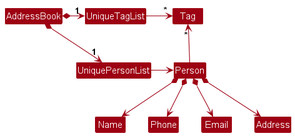
Before: docs/images/BetterModelClassDiagram.png, a diagram exported from PlantUML (nus-cs2103-AY2425S1/tp).
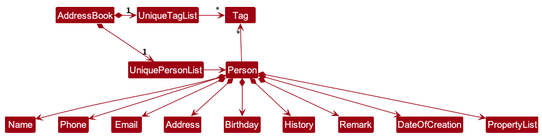
The same file after the commit.

Change to the diagram source:
```diff
@@ -18,4 +18,10 @@
 Person *--> Phone
 Person *--> Email
 Person *--> Address
+Person *--> Birthday
+Person *--> History
+Person *--> Remark
+Person *--> DateOfCreation
+Person *--> PropertyList
+
 @enduml
```
